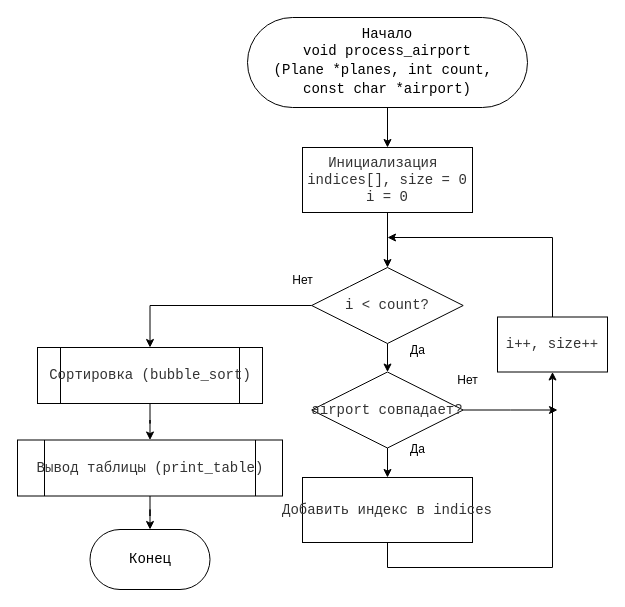
The draw.io diagram Курсовая/Reports/process_airport.drawio in ZeroD1vision/Programming, before the edit. Source tidied: cells renumbered, new cells numbered last; positions are measured from the earlier drawing's top-left corner, leaving out a move shared by most shapes. Both pictures are drawn from the tidied source at 100%, with x=0, y=0 at pixel (17, 17).
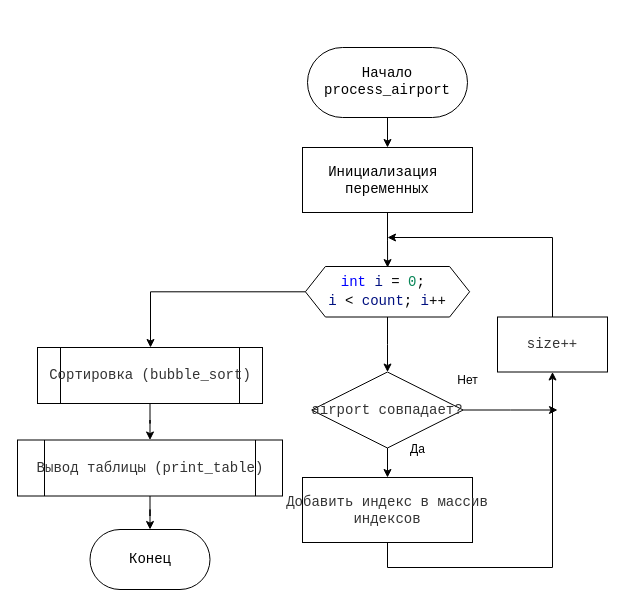
The same diagram, later.

The change refers to these unchanged cells:
```xml
<mxCell id="10" value="&lt;font face=&quot;Consolas, Monaco, Andale Mono, Ubuntu Mono, monospace&quot;&gt;&lt;span style=&quot;color: rgb(51, 51, 51); font-style: normal; font-variant-ligatures: normal; font-variant-caps: normal; font-weight: 400; letter-spacing: normal; orphans: 2; text-align: center; text-indent: 0px; text-transform: none; widows: 2; word-spacing: 0px; -webkit-text-stroke-width: 0px; white-space: nowrap; text-decoration-thickness: initial; text-decoration-style: initial; text-decoration-color: initial; float: none; display: inline !important;&quot;&gt;Сортировка (bubble_sort)&lt;/span&gt;&lt;/font&gt;" style="shape=process;whiteSpace=wrap;html=1;backgroundOutline=1;fontSize=14;fontFamily=Consolas;rounded=1;arcSize=0;" parent="1" vertex="1">
  <mxGeometry x="20" y="330" width="225" height="56" as="geometry" />
</mxCell>
<mxCell id="16" value="&lt;div style=&quot;line-height: 19px; white-space: pre;&quot;&gt;&lt;div style=&quot;line-height: 19px;&quot;&gt;&lt;div style=&quot;line-height: 19px;&quot;&gt;&lt;span style=&quot;color: rgb(51, 51, 51); white-space-collapse: collapse;&quot;&gt;&lt;font face=&quot;Consolas, Monaco, Andale Mono, Ubuntu Mono, monospace&quot; style=&quot;&quot;&gt;airport совпадает?&lt;/font&gt;&lt;/span&gt;&lt;/div&gt;&lt;/div&gt;&lt;/div&gt;" style="rhombus;whiteSpace=wrap;html=1;rounded=1;strokeColor=default;align=center;verticalAlign=middle;arcSize=0;fontFamily=Consolas;fontSize=14;fontColor=default;fillColor=default;" parent="1" vertex="1">
  <mxGeometry x="294.2" y="354.5" width="151.5" height="76" as="geometry" />
</mxCell>
```

Change to the diagram source:
```diff
@@
-    <mxCell id="3" value="&lt;font style=&quot;background-color: light-dark(#ffffff, var(--ge-dark-color, #121212));&quot;&gt;Начало&lt;/font&gt;&lt;div&gt;&lt;div style=&quot;font-family: Consolas, &amp;quot;Courier New&amp;quot;, monospace; line-height: 19px; white-space: pre;&quot;&gt;&lt;span&gt;&lt;font style=&quot;color: rgb(0, 0, 0);&quot;&gt;void process_airport&lt;/font&gt;&lt;/span&gt;&lt;/div&gt;&lt;div style=&quot;font-family: Consolas, &amp;quot;Courier New&amp;quot;, monospace; line-height: 19px; white-space: pre;&quot;&gt;&lt;span&gt;&lt;font style=&quot;color: rgb(0, 0, 0);&quot;&gt;(Plane *planes, int count, &lt;/font&gt;&lt;/span&gt;&lt;/div&gt;&lt;div style=&quot;font-family: Consolas, &amp;quot;Courier New&amp;quot;, monospace; line-height: 19px; white-space: pre;&quot;&gt;&lt;span&gt;&lt;font style=&quot;color: rgb(0, 0, 0);&quot;&gt;const char *airport)&lt;/font&gt;&lt;/span&gt;&lt;/div&gt;&lt;/div&gt;" style="rounded=1;whiteSpace=wrap;html=1;arcSize=50;fontFamily=Consolas;fontSize=14;" parent="1" vertex="1">
-      <mxGeometry x="230" width="280" height="90" as="geometry" />
+    <mxCell id="3" value="&lt;font style=&quot;background-color: light-dark(#ffffff, var(--ge-dark-color, #121212));&quot;&gt;Начало&lt;/font&gt;&lt;div&gt;&lt;div style=&quot;font-family: Consolas, &amp;quot;Courier New&amp;quot;, monospace; line-height: 19px; white-space: pre;&quot;&gt;&lt;span&gt;&lt;font style=&quot;color: rgb(0, 0, 0);&quot;&gt;process_airport&lt;/font&gt;&lt;/span&gt;&lt;/div&gt;&lt;/div&gt;" style="rounded=1;whiteSpace=wrap;html=1;arcSize=50;fontFamily=Consolas;fontSize=14;" parent="1" vertex="1">
+      <mxGeometry x="290" y="30" width="160" height="70" as="geometry" />
     </mxCell>
-    <mxCell id="4" style="edgeStyle=orthogonalEdgeStyle;rounded=0;jettySize=auto;html=1;" parent="1" edge="1" source="5" target="8">
-      <mxGeometry relative="1" as="geometry" />
+    <mxCell id="4" style="edgeStyle=orthogonalEdgeStyle;rounded=0;jettySize=auto;html=1;" parent="1" edge="1" source="5">
+      <mxGeometry relative="1" as="geometry">
+        <mxPoint x="370.1" y="250.1" as="targetPoint" />
+      </mxGeometry>
     </mxCell>
-    <mxCell id="5" value="&lt;span style=&quot;color: rgb(51, 51, 51); text-wrap-mode: nowrap;&quot;&gt;&lt;font face=&quot;Consolas, Monaco, Andale Mono, Ubuntu Mono, monospace&quot; style=&quot;&quot;&gt;Инициализация&amp;nbsp;&lt;/font&gt;&lt;/span&gt;&lt;div&gt;&lt;span style=&quot;color: rgb(51, 51, 51); text-wrap-mode: nowrap;&quot;&gt;&lt;font face=&quot;Consolas, Monaco, Andale Mono, Ubuntu Mono, monospace&quot; style=&quot;&quot;&gt;indices[],&amp;nbsp;&lt;/font&gt;&lt;/span&gt;&lt;span style=&quot;font-family: Consolas, Monaco, &amp;quot;Andale Mono&amp;quot;, &amp;quot;Ubuntu Mono&amp;quot;, monospace; color: rgb(51, 51, 51); text-wrap-mode: nowrap; background-color: transparent;&quot;&gt;size = 0&lt;/span&gt;&lt;/div&gt;&lt;div&gt;&lt;span style=&quot;color: rgb(51, 51, 51); text-wrap-mode: nowrap; background-color: transparent;&quot;&gt;&lt;span style=&quot;background-color: rgb(255, 255, 255);&quot;&gt;&lt;font face=&quot;Consolas, Monaco, Andale Mono, Ubuntu Mono, monospace&quot; style=&quot;&quot;&gt;i = 0&lt;/font&gt;&lt;/span&gt;&lt;/span&gt;&lt;/div&gt;" style="whiteSpace=wrap;html=1;fontSize=14;fontFamily=Consolas;rounded=1;arcSize=0;" parent="1" vertex="1">
+    <mxCell id="5" value="&lt;div style=&quot;font-family: Consolas, &amp;quot;Courier New&amp;quot;, monospace; white-space: pre;&quot;&gt;Инициализация &lt;/div&gt;&lt;div style=&quot;font-family: Consolas, &amp;quot;Courier New&amp;quot;, monospace; white-space: pre;&quot;&gt;переменных&lt;/div&gt;" style="whiteSpace=wrap;html=1;fontSize=14;fontFamily=Consolas;rounded=1;arcSize=0;" parent="1" vertex="1">
       <mxGeometry x="285" y="130" width="170" height="65" as="geometry" />
     </mxCell>
-    <mxCell id="6" style="edgeStyle=orthogonalEdgeStyle;rounded=0;jettySize=auto;html=1;" parent="1" edge="1" source="8" target="10">
-      <mxGeometry relative="1" as="geometry" />
+    <mxCell id="6" style="edgeStyle=orthogonalEdgeStyle;rounded=0;jettySize=auto;html=1;" parent="1" edge="1" source="25" target="10">
+      <mxGeometry relative="1" as="geometry">
+        <Array as="points">
+          <mxPoint x="133" y="275" />
+        </Array>
+      </mxGeometry>
     </mxCell>
-    <mxCell id="7" style="edgeStyle=orthogonalEdgeStyle;rounded=0;jettySize=auto;html=1;" parent="1" edge="1" source="8" target="16">
+    <mxCell id="7" style="edgeStyle=orthogonalEdgeStyle;rounded=0;jettySize=auto;html=1;exitX=0.5;exitY=1;exitDx=0;exitDy=0;" parent="1" edge="1" source="25" target="16">
       <mxGeometry relative="1" as="geometry" />
     </mxCell>
-    <mxCell id="8" value="&lt;div style=&quot;line-height: 19px; white-space: pre;&quot;&gt;&lt;div style=&quot;line-height: 19px;&quot;&gt;&lt;div style=&quot;line-height: 19px;&quot;&gt;&lt;span style=&quot;color: rgb(51, 51, 51); white-space-collapse: collapse;&quot;&gt;&lt;font face=&quot;Consolas, Monaco, Andale Mono, Ubuntu Mono, monospace&quot; style=&quot;&quot;&gt;i &amp;lt; count?&lt;/font&gt;&lt;/span&gt;&lt;/div&gt;&lt;/div&gt;&lt;/div&gt;" style="rhombus;whiteSpace=wrap;html=1;rounded=1;strokeColor=default;align=center;verticalAlign=middle;arcSize=0;fontFamily=Consolas;fontSize=14;fontColor=default;fillColor=default;" parent="1" vertex="1">
-      <mxGeometry x="294.2" y="250" width="151.5" height="76" as="geometry" />
-    </mxCell>
@@
-    <mxCell id="18" value="&lt;span style=&quot;color: rgb(51, 51, 51); text-wrap-mode: nowrap;&quot;&gt;&lt;font face=&quot;Consolas, Monaco, Andale Mono, Ubuntu Mono, monospace&quot; style=&quot;&quot;&gt;Добавить индекс в indices&lt;/font&gt;&lt;/span&gt;" style="whiteSpace=wrap;html=1;fontSize=14;fontFamily=Consolas;rounded=1;arcSize=0;" parent="1" vertex="1">
+    <mxCell id="18" value="&lt;span style=&quot;color: rgb(51, 51, 51); text-wrap-mode: nowrap;&quot;&gt;&lt;font face=&quot;Consolas, Monaco, Andale Mono, Ubuntu Mono, monospace&quot; style=&quot;&quot;&gt;Добавить индекс в массив&lt;/font&gt;&lt;/span&gt;&lt;div&gt;&lt;font face=&quot;Consolas, Monaco, Andale Mono, Ubuntu Mono, monospace&quot; color=&quot;#333333&quot;&gt;&lt;span style=&quot;text-wrap-mode: nowrap;&quot;&gt;индексов&lt;/span&gt;&lt;/font&gt;&lt;/div&gt;" style="whiteSpace=wrap;html=1;fontSize=14;fontFamily=Consolas;rounded=1;arcSize=0;" parent="1" vertex="1">
       <mxGeometry x="285" y="460" width="170" height="65" as="geometry" />
     </mxCell>
@@
-    <mxCell id="20" value="&lt;span style=&quot;color: rgb(51, 51, 51); text-wrap-mode: nowrap;&quot;&gt;&lt;font face=&quot;Consolas, Monaco, Andale Mono, Ubuntu Mono, monospace&quot; style=&quot;&quot;&gt;i++, size++&lt;/font&gt;&lt;/span&gt;" style="whiteSpace=wrap;html=1;fontSize=14;fontFamily=Consolas;rounded=1;arcSize=0;" parent="1" vertex="1">
+    <mxCell id="20" value="&lt;span style=&quot;color: rgb(51, 51, 51); text-wrap-mode: nowrap;&quot;&gt;&lt;font face=&quot;Consolas, Monaco, Andale Mono, Ubuntu Mono, monospace&quot; style=&quot;&quot;&gt;size++&lt;/font&gt;&lt;/span&gt;" style="whiteSpace=wrap;html=1;fontSize=14;fontFamily=Consolas;rounded=1;arcSize=0;" parent="1" vertex="1">
       <mxGeometry x="480" y="299.5" width="110" height="55" as="geometry" />
     </mxCell>
-    <mxCell id="21" value="Нет" style="text;html=1;align=center;verticalAlign=middle;strokeColor=none;fillColor=none;" parent="1" vertex="1">
-      <mxGeometry x="265" y="248" width="40" height="30" as="geometry" />
-    </mxCell>
-    <mxCell id="22" value="Да" style="text;html=1;align=center;verticalAlign=middle;strokeColor=none;fillColor=none;" parent="1" vertex="1">
-      <mxGeometry x="380" y="317.5" width="40" height="30" as="geometry" />
-    </mxCell>
@@
+    <mxCell id="25" value="&lt;div style=&quot;background-color: rgb(255, 255, 255); font-family: Consolas, &amp;quot;Courier New&amp;quot;, monospace; font-size: 14px; line-height: 19px; white-space: pre;&quot;&gt;&lt;span style=&quot;color: #0000ff;&quot;&gt;int&lt;/span&gt; &lt;span style=&quot;color: #001080;&quot;&gt;i&lt;/span&gt; = &lt;span style=&quot;color: #098658;&quot;&gt;0&lt;/span&gt;; &lt;/div&gt;&lt;div style=&quot;background-color: rgb(255, 255, 255); font-family: Consolas, &amp;quot;Courier New&amp;quot;, monospace; font-size: 14px; line-height: 19px; white-space: pre;&quot;&gt;&lt;span style=&quot;color: #001080;&quot;&gt;i&lt;/span&gt; &amp;lt; &lt;span style=&quot;color: #001080;&quot;&gt;count&lt;/span&gt;; &lt;span style=&quot;color: #001080;&quot;&gt;i&lt;/span&gt;++&lt;/div&gt;" style="shape=hexagon;perimeter=hexagonPerimeter2;whiteSpace=wrap;html=1;fixedSize=1;" parent="1" vertex="1">
+      <mxGeometry x="287.9" y="249" width="164.2" height="50.5" as="geometry" />
+    </mxCell>
```
